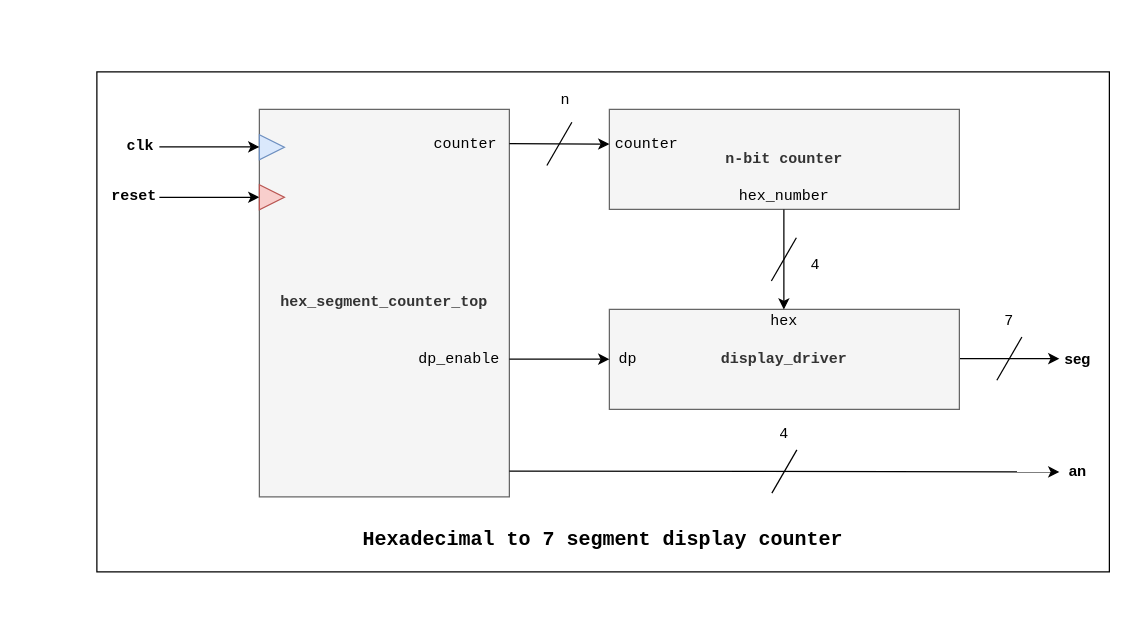
Above: page "hex_segment_counter" (5 of 8) of doc/diagrams.drawio in Raul055/verilog-examples (draw.io), before the change. Source tidied: cells renumbered, new cells numbered last; positions are measured from the earlier drawing's top-left corner, leaving out a move shared by most shapes. Both pictures are drawn from the tidied source at 125%, with x=0, y=0 at pixel (96, 71).
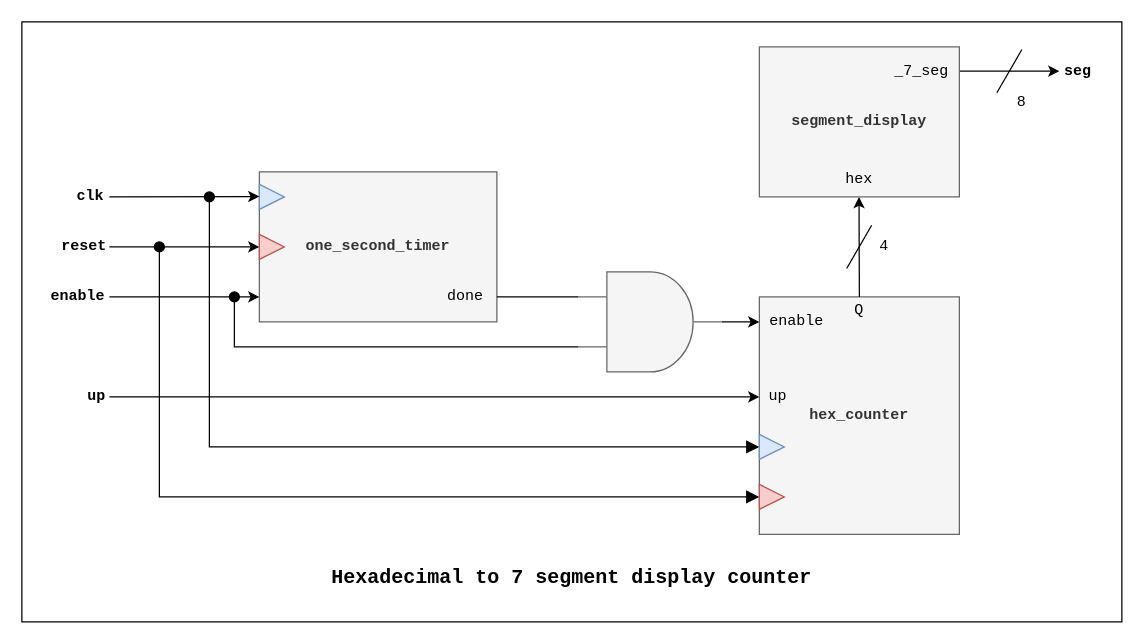
Above is the later version.

Diff of the diagram source:
```diff
@@
     <mxCell id="2" style="rounded=0;whiteSpace=wrap;html=1;" parent="1" vertex="1">
-      <mxGeometry width="810" height="400" as="geometry" />
+      <mxGeometry x="-60" y="-40" width="880" height="480" as="geometry" />
     </mxCell>
-    <mxCell id="3" value="hex_segment_counter_top" style="rounded=0;whiteSpace=wrap;html=1;fontStyle=1;fillColor=#f5f5f5;fontColor=#333333;strokeColor=#666666;fontFamily=Courier New;" parent="1" vertex="1">
-      <mxGeometry x="130" y="30" width="200" height="310" as="geometry" />
+    <mxCell id="3" value="one_second_timer" style="rounded=0;whiteSpace=wrap;html=1;fontStyle=1;fillColor=#f5f5f5;fontColor=#333333;strokeColor=#666666;fontFamily=Courier New;" parent="1" vertex="1">
+      <mxGeometry x="130" y="80" width="190" height="120" as="geometry" />
     </mxCell>
     <mxCell id="4" value="clk" style="text;html=1;whiteSpace=wrap;strokeColor=none;fillColor=none;align=center;verticalAlign=middle;rounded=0;fontStyle=1;fontFamily=Courier New;" parent="1" vertex="1">
-      <mxGeometry x="20" y="50.3" width="30" height="20" as="geometry" />
+      <mxGeometry x="-20" y="90" width="30" height="20" as="geometry" />
     </mxCell>
-    <mxCell id="5" value="7" style="text;html=1;whiteSpace=wrap;strokeColor=none;fillColor=none;align=center;verticalAlign=middle;rounded=0;fontFamily=Courier New;" parent="1" vertex="1">
-      <mxGeometry x="720" y="190" width="20" height="20" as="geometry" />
+    <mxCell id="5" value="8" style="text;html=1;whiteSpace=wrap;strokeColor=none;fillColor=none;align=center;verticalAlign=middle;rounded=0;fontFamily=Courier New;" parent="1" vertex="1">
+      <mxGeometry x="730" y="15" width="20" height="20" as="geometry" />
     </mxCell>
     <mxCell id="6" style="endArrow=classic;html=1;rounded=0;endFill=1;" parent="1" edge="1">
       <mxGeometry relative="1" as="geometry">
-        <mxPoint x="690" y="229.4" as="sourcePoint" />
-        <mxPoint x="770" y="229.4" as="targetPoint" />
+        <mxPoint x="690" y="-0.6" as="sourcePoint" />
+        <mxPoint x="770" y="-0.6" as="targetPoint" />
       </mxGeometry>
     </mxCell>
@@
-    <mxCell id="8" value="seg" style="text;html=1;whiteSpace=wrap;strokeColor=none;fillColor=none;align=center;verticalAlign=middle;rounded=0;fontStyle=1;" parent="1" vertex="1">
-      <mxGeometry x="770" y="220" width="30" height="20" as="geometry" />
+    <mxCell id="8" value="seg" style="text;html=1;whiteSpace=wrap;strokeColor=none;fillColor=none;align=center;verticalAlign=middle;rounded=0;fontStyle=1;fontFamily=Courier New;" parent="1" vertex="1">
+      <mxGeometry x="770" y="-10" width="30" height="20" as="geometry" />
     </mxCell>
     <mxCell id="9" style="triangle;whiteSpace=wrap;html=1;fillColor=#dae8fc;strokeColor=#6c8ebf;" parent="1" vertex="1">
-      <mxGeometry x="130" y="50.3" width="20" height="20" as="geometry" />
+      <mxGeometry x="130" y="90" width="20" height="20" as="geometry" />
     </mxCell>
     <mxCell id="10" style="endArrow=classic;html=1;rounded=0;" parent="1" edge="1">
       <mxGeometry relative="1" as="geometry">
-        <mxPoint x="50" y="60" as="sourcePoint" />
-        <mxPoint x="130" y="60" as="targetPoint" />
+        <mxPoint x="10" y="100" as="sourcePoint" />
+        <mxPoint x="130" y="99.7" as="targetPoint" />
       </mxGeometry>
     </mxCell>
     <mxCell id="11" style="endArrow=classic;html=1;rounded=0;endFill=1;" parent="1" edge="1">
       <mxGeometry relative="1" as="geometry">
-        <mxPoint x="50" y="100.3" as="sourcePoint" />
-        <mxPoint x="130" y="100.3" as="targetPoint" />
+        <mxPoint x="10" y="140" as="sourcePoint" />
+        <mxPoint x="130" y="140" as="targetPoint" />
       </mxGeometry>
     </mxCell>
     <mxCell id="12" value="reset" style="text;html=1;whiteSpace=wrap;strokeColor=none;fillColor=none;align=center;verticalAlign=middle;rounded=0;fontStyle=1;fontFamily=Courier New;" parent="1" vertex="1">
-      <mxGeometry x="10" y="90.3" width="40" height="20" as="geometry" />
+      <mxGeometry x="-30" y="130" width="40" height="20" as="geometry" />
     </mxCell>
     <mxCell id="13" style="triangle;whiteSpace=wrap;html=1;fillColor=#f8cecc;strokeColor=#b85450;" parent="1" vertex="1">
-      <mxGeometry x="130" y="90.3" width="20" height="20" as="geometry" />
+      <mxGeometry x="130" y="130" width="20" height="20" as="geometry" />
     </mxCell>
-    <mxCell id="14" value="n-bit counter" style="rounded=0;whiteSpace=wrap;html=1;fontStyle=1;fillColor=#f5f5f5;fontColor=#333333;strokeColor=#666666;fontFamily=Courier New;" parent="1" vertex="1">
-      <mxGeometry x="410" y="30" width="280" height="80" as="geometry" />
+    <mxCell id="14" value="hex_counter" style="rounded=0;whiteSpace=wrap;html=1;fontStyle=1;fillColor=#f5f5f5;fontColor=#333333;strokeColor=#666666;fontFamily=Courier New;" parent="1" vertex="1">
+      <mxGeometry x="530" y="180" width="160" height="190" as="geometry" />
     </mxCell>
-    <mxCell id="15" style="endArrow=classic;html=1;rounded=0;endFill=1;" parent="1" edge="1">
-      <mxGeometry relative="1" as="geometry">
-        <mxPoint x="330" y="57.4" as="sourcePoint" />
-        <mxPoint x="410" y="57.8" as="targetPoint" />
-      </mxGeometry>
-    </mxCell>
-    <mxCell id="16" style="shape=line;html=1;rotation=-60;" parent="15" vertex="1">
-      <mxGeometry width="40" height="14" relative="1" as="geometry">
-        <mxPoint x="-20" y="-7" as="offset" />
-      </mxGeometry>
-    </mxCell>
-    <mxCell id="17" value="n" style="text;html=1;whiteSpace=wrap;strokeColor=none;fillColor=none;align=center;verticalAlign=middle;rounded=0;fontFamily=Courier New;" parent="1" vertex="1">
-      <mxGeometry x="360" y="7.8" width="30" height="30" as="geometry" />
-    </mxCell>
-    <mxCell id="18" value="counter" style="text;html=1;whiteSpace=wrap;strokeColor=none;fillColor=none;align=center;verticalAlign=middle;rounded=0;fontFamily=Courier New;" parent="1" vertex="1">
-      <mxGeometry x="260" y="42.8" width="70" height="30" as="geometry" />
+    <mxCell id="18" value="done" style="text;html=1;whiteSpace=wrap;strokeColor=none;fillColor=none;align=center;verticalAlign=middle;rounded=0;fontFamily=Courier New;" parent="1" vertex="1">
+      <mxGeometry x="270" y="167.5" width="50" height="25" as="geometry" />
     </mxCell>
+    <mxCell id="21" value="enable" style="text;html=1;whiteSpace=wrap;strokeColor=none;fillColor=none;align=center;verticalAlign=middle;rounded=0;fontFamily=Courier New;" parent="1" vertex="1">
+      <mxGeometry x="530" y="190" width="60" height="20" as="geometry" />
+    </mxCell>
+    <mxCell id="33" value="Hexadecimal to 7 segment display counter" style="text;html=1;whiteSpace=wrap;strokeColor=none;fillColor=none;align=center;verticalAlign=middle;rounded=0;fontSize=16;fontStyle=1;fontFamily=Courier New;" parent="1" vertex="1">
+      <mxGeometry x="180" y="390" width="400" height="30" as="geometry" />
+    </mxCell>
+    <mxCell id="34" style="endArrow=classic;html=1;rounded=0;endFill=1;" parent="1" edge="1">
+      <mxGeometry relative="1" as="geometry">
+        <mxPoint x="10" y="260" as="sourcePoint" />
+        <mxPoint x="530" y="260" as="targetPoint" />
+      </mxGeometry>
+    </mxCell>
+    <mxCell id="35" value="up" style="text;html=1;whiteSpace=wrap;strokeColor=none;fillColor=none;align=center;verticalAlign=middle;rounded=0;fontStyle=1;fontFamily=Courier New;" parent="1" vertex="1">
+      <mxGeometry x="-10" y="250" width="20" height="20" as="geometry" />
+    </mxCell>
+    <mxCell id="36" style="endArrow=classic;html=1;rounded=0;endFill=1;" parent="1" edge="1">
+      <mxGeometry relative="1" as="geometry">
+        <mxPoint x="10" y="180" as="sourcePoint" />
+        <mxPoint x="130" y="180" as="targetPoint" />
+      </mxGeometry>
+    </mxCell>
+    <mxCell id="37" value="enable" style="text;html=1;whiteSpace=wrap;strokeColor=none;fillColor=none;align=center;verticalAlign=middle;rounded=0;fontStyle=1;fontFamily=Courier New;" parent="1" vertex="1">
+      <mxGeometry x="-40" y="170" width="50" height="20" as="geometry" />
+    </mxCell>
+    <mxCell id="38" style="edgeStyle=orthogonalEdgeStyle;rounded=0;jettySize=auto;html=1;exitX=1;exitY=0.5;exitDx=0;exitDy=0;exitPerimeter=0;" parent="1" edge="1" source="39">
+      <mxGeometry relative="1" as="geometry">
+        <mxPoint x="530" y="200" as="targetPoint" />
+      </mxGeometry>
+    </mxCell>
+    <mxCell id="39" style="verticalLabelPosition=bottom;shadow=0;dashed=0;align=center;html=1;verticalAlign=top;shape=mxgraph.electrical.logic_gates.logic_gate;operation=and;fillColor=#f5f5f5;fontColor=#333333;strokeColor=#666666;" parent="1" vertex="1">
+      <mxGeometry x="385" y="160" width="115" height="80" as="geometry" />
+    </mxCell>
+    <mxCell id="40" style="edgeStyle=segmentEdgeStyle;endArrow=none;html=1;curved=0;rounded=0;endSize=8;startSize=8;entryX=0;entryY=0.75;entryDx=0;entryDy=0;entryPerimeter=0;endFill=0;startArrow=oval;startFill=1;" parent="1" edge="1" target="39">
+      <mxGeometry relative="1" as="geometry">
+        <mxPoint x="110" y="180" as="sourcePoint" />
+        <Array as="points">
+          <mxPoint x="110" y="220" />
+        </Array>
+      </mxGeometry>
+    </mxCell>
+    <mxCell id="41" style="edgeStyle=none;orthogonalLoop=1;jettySize=auto;html=1;rounded=0;endArrow=none;endFill=0;" parent="1" edge="1">
+      <mxGeometry relative="1" as="geometry">
+        <mxPoint x="320" y="180" as="sourcePoint" />
+        <mxPoint x="385" y="180" as="targetPoint" />
+      </mxGeometry>
+    </mxCell>
+    <mxCell id="42" value="up" style="text;html=1;whiteSpace=wrap;strokeColor=none;fillColor=none;align=center;verticalAlign=middle;rounded=0;fontFamily=Courier New;" parent="1" vertex="1">
+      <mxGeometry x="530" y="250" width="30" height="20" as="geometry" />
+    </mxCell>
+    <mxCell id="43" style="edgeStyle=segmentEdgeStyle;endArrow=block;html=1;curved=0;rounded=0;endSize=8;startSize=8;endFill=1;startArrow=oval;startFill=1;" parent="1" edge="1">
+      <mxGeometry relative="1" as="geometry">
+        <mxPoint x="50" y="140" as="sourcePoint" />
+        <mxPoint x="530" y="340" as="targetPoint" />
+        <Array as="points">
+          <mxPoint x="50" y="340" />
+        </Array>
+      </mxGeometry>
+    </mxCell>
+    <mxCell id="44" style="edgeStyle=segmentEdgeStyle;endArrow=block;html=1;curved=0;rounded=0;endSize=8;startSize=8;endFill=1;startArrow=oval;startFill=1;" parent="1" edge="1">
+      <mxGeometry relative="1" as="geometry">
+        <mxPoint x="90" y="100" as="sourcePoint" />
+        <mxPoint x="530" y="300" as="targetPoint" />
+        <Array as="points">
+          <mxPoint x="90" y="300" />
+        </Array>
+      </mxGeometry>
+    </mxCell>
+    <mxCell id="45" style="triangle;whiteSpace=wrap;html=1;fillColor=#dae8fc;strokeColor=#6c8ebf;" parent="1" vertex="1">
+      <mxGeometry x="530" y="290" width="20" height="20" as="geometry" />
+    </mxCell>
+    <mxCell id="46" value="segment_display" style="rounded=0;whiteSpace=wrap;html=1;fontStyle=1;fillColor=#f5f5f5;fontColor=#333333;strokeColor=#666666;fontFamily=Courier New;" parent="1" vertex="1">
+      <mxGeometry x="530" y="-20" width="160" height="120" as="geometry" />
+    </mxCell>
+    <mxCell id="47" style="triangle;whiteSpace=wrap;html=1;fillColor=#f8cecc;strokeColor=#b85450;" parent="1" vertex="1">
+      <mxGeometry x="530" y="330" width="20" height="20" as="geometry" />
+    </mxCell>
+    <mxCell id="48" value="4" style="text;html=1;whiteSpace=wrap;strokeColor=none;fillColor=none;align=center;verticalAlign=middle;rounded=0;fontFamily=Courier New;direction=west;" parent="1" vertex="1">
+      <mxGeometry x="620" y="130" width="20" height="20" as="geometry" />
+    </mxCell>
+    <mxCell id="49" style="endArrow=classic;html=1;rounded=0;endFill=1;" parent="1" edge="1">
+      <mxGeometry relative="1" as="geometry">
+        <mxPoint x="610" y="180" as="sourcePoint" />
+        <mxPoint x="609.7" y="100" as="targetPoint" />
+      </mxGeometry>
+    </mxCell>
+    <mxCell id="50" style="shape=line;html=1;rotation=-60;direction=east;" parent="49" vertex="1">
+      <mxGeometry width="40" height="14" relative="1" as="geometry">
+        <mxPoint x="-20" y="-7" as="offset" />
+      </mxGeometry>
+    </mxCell>
+    <mxCell id="51" value="&lt;font face=&quot;Courier New&quot; style=&quot;font-weight: normal;&quot;&gt;Q&lt;/font&gt;" style="text;html=1;whiteSpace=wrap;strokeColor=none;fillColor=none;align=center;verticalAlign=middle;rounded=0;fontStyle=1;direction=west;" parent="1" vertex="1">
+      <mxGeometry x="595" y="180" width="30" height="20" as="geometry" />
+    </mxCell>
+    <mxCell id="23" value="&lt;font face=&quot;Courier New&quot; style=&quot;font-weight: normal;&quot;&gt;hex&lt;/font&gt;" style="text;html=1;whiteSpace=wrap;strokeColor=none;fillColor=none;align=center;verticalAlign=middle;rounded=0;fontStyle=1;direction=west;" parent="1" vertex="1">
+      <mxGeometry x="595" y="70" width="30" height="30" as="geometry" />
+    </mxCell>
-    <mxCell id="19" value="counter" style="text;html=1;whiteSpace=wrap;strokeColor=none;fillColor=none;align=center;verticalAlign=middle;rounded=0;fontFamily=Courier New;" parent="1" vertex="1">
-      <mxGeometry x="410" y="42.8" width="60" height="30" as="geometry" />
+    <mxCell id="19" value="_7_seg" style="text;html=1;whiteSpace=wrap;strokeColor=none;fillColor=none;align=center;verticalAlign=middle;rounded=0;fontFamily=Courier New;" parent="1" vertex="1">
+      <mxGeometry x="630" y="-15" width="60" height="30" as="geometry" />
     </mxCell>
-    <mxCell id="20" value="display_driver" style="rounded=0;whiteSpace=wrap;html=1;fontStyle=1;fillColor=#f5f5f5;fontColor=#333333;strokeColor=#666666;fontFamily=Courier New;" parent="1" vertex="1">
-      <mxGeometry x="410" y="190" width="280" height="80" as="geometry" />
-    </mxCell>
-    <mxCell id="21" value="hex_number" style="text;html=1;whiteSpace=wrap;strokeColor=none;fillColor=none;align=center;verticalAlign=middle;rounded=0;fontFamily=Courier New;" parent="1" vertex="1">
-      <mxGeometry x="510" y="90.3" width="80" height="20" as="geometry" />
-    </mxCell>
-    <mxCell id="22" value="dp" style="text;html=1;whiteSpace=wrap;strokeColor=none;fillColor=none;align=center;verticalAlign=middle;rounded=0;fontFamily=Courier New;" parent="1" vertex="1">
-      <mxGeometry x="410" y="220" width="30" height="20" as="geometry" />
-    </mxCell>
-    <mxCell id="23" value="hex" style="text;html=1;whiteSpace=wrap;strokeColor=none;fillColor=none;align=center;verticalAlign=middle;rounded=0;fontFamily=Courier New;" parent="1" vertex="1">
-      <mxGeometry x="510" y="190" width="80" height="20" as="geometry" />
-    </mxCell>
-    <mxCell id="24" value="dp_enable" style="text;html=1;whiteSpace=wrap;strokeColor=none;fillColor=none;align=center;verticalAlign=middle;rounded=0;fontFamily=Courier New;" parent="1" vertex="1">
-      <mxGeometry x="250" y="220" width="80" height="20" as="geometry" />
-    </mxCell>
-    <mxCell id="25" style="endArrow=classic;html=1;rounded=0;" parent="1" edge="1">
-      <mxGeometry relative="1" as="geometry">
-        <mxPoint x="330" y="229.8" as="sourcePoint" />
-        <mxPoint x="410" y="229.8" as="targetPoint" />
-      </mxGeometry>
-    </mxCell>
-    <mxCell id="26" value="4" style="text;html=1;whiteSpace=wrap;strokeColor=none;fillColor=none;align=center;verticalAlign=middle;rounded=0;fontFamily=Courier New;" parent="1" vertex="1">
-      <mxGeometry x="540" y="280" width="20" height="20" as="geometry" />
-    </mxCell>
-    <mxCell id="27" style="endArrow=classic;html=1;rounded=0;endFill=1;" parent="1" edge="1">
-      <mxGeometry relative="1" as="geometry">
-        <mxPoint x="330" y="319.4" as="sourcePoint" />
-        <mxPoint x="770" y="320" as="targetPoint" />
-      </mxGeometry>
-    </mxCell>
-    <mxCell id="28" style="shape=line;html=1;rotation=-60;" parent="27" vertex="1">
-      <mxGeometry width="40" height="14" relative="1" as="geometry">
-        <mxPoint x="-20" y="-7" as="offset" />
-      </mxGeometry>
-    </mxCell>
-    <mxCell id="29" value="an" style="text;html=1;whiteSpace=wrap;strokeColor=none;fillColor=none;align=center;verticalAlign=middle;rounded=0;fontStyle=1;" parent="1" vertex="1">
-      <mxGeometry x="770" y="309.9" width="30" height="20" as="geometry" />
-    </mxCell>
-    <mxCell id="30" style="endArrow=classic;html=1;rounded=0;endFill=1;" parent="1" edge="1">
-      <mxGeometry relative="1" as="geometry">
-        <mxPoint x="549.6" y="110" as="sourcePoint" />
-        <mxPoint x="549.6" y="190.2" as="targetPoint" />
-      </mxGeometry>
-    </mxCell>
-    <mxCell id="31" style="shape=line;html=1;rotation=-60;" parent="30" vertex="1">
-      <mxGeometry width="40" height="14" relative="1" as="geometry">
-        <mxPoint x="-20" y="-7" as="offset" />
-      </mxGeometry>
-    </mxCell>
-    <mxCell id="32" value="4" style="text;html=1;whiteSpace=wrap;strokeColor=none;fillColor=none;align=center;verticalAlign=middle;rounded=0;fontFamily=Courier New;" parent="1" vertex="1">
-      <mxGeometry x="560" y="140" width="30" height="30" as="geometry" />
-    </mxCell>
-    <mxCell id="33" value="Hexadecimal to 7 segment display counter" style="text;html=1;whiteSpace=wrap;strokeColor=none;fillColor=none;align=center;verticalAlign=middle;rounded=0;fontSize=16;fontStyle=1;fontFamily=Courier New;" parent="1" vertex="1">
-      <mxGeometry x="205" y="360" width="400" height="30" as="geometry" />
-    </mxCell>
```
